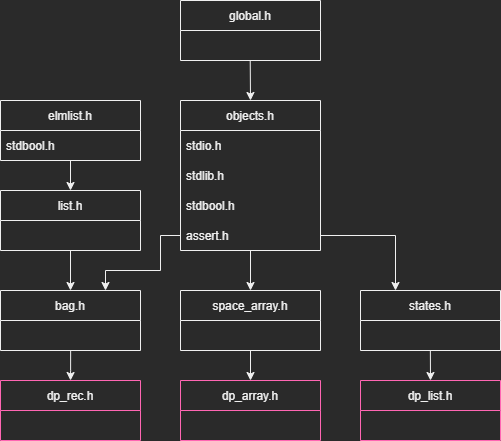
Before: image/Projet_ProgAv_Gestion_des_.h.drawio.png, a diagram exported from draw.io (Brice5423/L2_Projet_ProgAv-S3). Source tidied: cells renumbered, new cells last; positions are measured from the earlier drawing's top-left corner, leaving out a move shared by most shapes. Source of this version:
```xml
<mxGraphModel>
  <root>
    <mxCell id="0" />
    <mxCell id="1" parent="0" />
    <mxCell id="2" value="bag.h" style="swimlane;fontStyle=0;horizontal=1;startSize=30;strokeColor=#F0F0F0;" parent="1" vertex="1">
      <mxGeometry y="290" width="140" height="60" as="geometry" />
    </mxCell>
    <mxCell id="3" value="       " style="text;strokeColor=none;fillColor=none;align=left;verticalAlign=middle;spacingLeft=4;spacingRight=4;overflow=hidden;points=[[0,0.5],[1,0.5]];portConstraint=eastwest;" parent="2" vertex="1">
      <mxGeometry y="30" width="140" height="30" as="geometry" />
    </mxCell>
    <mxCell id="4" style="edgeStyle=orthogonalEdgeStyle;rounded=0;jettySize=auto;html=1;entryX=0.75;entryY=0;entryDx=0;entryDy=0;strokeColor=#F0F0F0;exitX=0;exitY=0.5;exitDx=0;exitDy=0;" parent="1" edge="1" source="9" target="2">
      <mxGeometry relative="1" as="geometry">
        <Array as="points">
          <mxPoint x="160" y="235" />
          <mxPoint x="160" y="270" />
          <mxPoint x="105" y="270" />
        </Array>
      </mxGeometry>
    </mxCell>
    <mxCell id="5" value="objects.h" style="swimlane;fontStyle=0;horizontal=1;startSize=30;" parent="1" vertex="1">
      <mxGeometry x="180" y="100" width="140" height="150" as="geometry" />
    </mxCell>
    <mxCell id="6" value="stdio.h" style="text;strokeColor=none;fillColor=none;align=left;verticalAlign=middle;spacingLeft=4;spacingRight=4;overflow=hidden;" parent="5" vertex="1">
      <mxGeometry y="30" width="140" height="30" as="geometry" />
    </mxCell>
    <mxCell id="7" value="stdlib.h" style="text;strokeColor=none;fillColor=none;align=left;verticalAlign=middle;spacingLeft=4;spacingRight=4;overflow=hidden;" parent="5" vertex="1">
      <mxGeometry y="60" width="140" height="30" as="geometry" />
    </mxCell>
    <mxCell id="8" value="stdbool.h" style="text;strokeColor=none;fillColor=none;align=left;verticalAlign=middle;spacingLeft=4;spacingRight=4;overflow=hidden;" parent="5" vertex="1">
      <mxGeometry y="90" width="140" height="30" as="geometry" />
    </mxCell>
    <mxCell id="9" value="assert.h" style="text;strokeColor=none;fillColor=none;align=left;verticalAlign=middle;spacingLeft=4;spacingRight=4;overflow=hidden;points=[[0,0.5],[1,0.5]];portConstraint=eastwest;" parent="5" vertex="1">
      <mxGeometry y="120" width="140" height="30" as="geometry" />
    </mxCell>
    <mxCell id="10" style="edgeStyle=orthogonalEdgeStyle;rounded=0;jettySize=auto;html=1;exitX=0.5;exitY=1;exitDx=0;exitDy=0;entryX=0.5;entryY=0;entryDx=0;entryDy=0;strokeColor=#F0F0F0;exitPerimeter=0;" parent="1" edge="1" source="12" target="2">
      <mxGeometry relative="1" as="geometry" />
    </mxCell>
    <mxCell id="11" value="list.h" style="swimlane;fontStyle=0;horizontal=1;startSize=30;strokeColor=#F0F0F0;" parent="1" vertex="1">
      <mxGeometry y="190" width="140" height="60" as="geometry" />
    </mxCell>
    <mxCell id="12" value="      " style="text;strokeColor=none;fillColor=none;align=left;verticalAlign=middle;spacingLeft=4;spacingRight=4;overflow=hidden;points=[[0,0.5],[1,0.5]];portConstraint=eastwest;" parent="11" vertex="1">
      <mxGeometry y="30" width="140" height="30" as="geometry" />
    </mxCell>
    <mxCell id="13" style="edgeStyle=orthogonalEdgeStyle;rounded=0;jettySize=auto;html=1;entryX=0.5;entryY=0;entryDx=0;entryDy=0;strokeColor=#F0F0F0;exitX=0.5;exitY=1;exitDx=0;exitDy=0;exitPerimeter=0;" parent="1" edge="1" source="15" target="11">
      <mxGeometry relative="1" as="geometry" />
    </mxCell>
    <mxCell id="14" value="elmlist.h" style="swimlane;fontStyle=0;horizontal=1;startSize=30;strokeColor=#F0F0F0;fillColor=#2A2A2A;" parent="1" vertex="1">
      <mxGeometry y="100" width="140" height="60" as="geometry" />
    </mxCell>
    <mxCell id="15" value="stdbool.h" style="text;strokeColor=none;fillColor=none;align=left;verticalAlign=middle;spacingLeft=4;spacingRight=4;overflow=hidden;points=[[0,0.5],[1,0.5]];portConstraint=eastwest;" parent="14" vertex="1">
      <mxGeometry y="30" width="140" height="30" as="geometry" />
    </mxCell>
    <mxCell id="16" value="global.h" style="swimlane;fontStyle=0;horizontal=1;startSize=30;strokeColor=#F0F0F0;fillColor=#2A2A2A;" parent="1" vertex="1">
      <mxGeometry x="180" width="140" height="60" as="geometry" />
    </mxCell>
    <mxCell id="17" value="   " style="text;strokeColor=none;fillColor=none;align=left;verticalAlign=middle;spacingLeft=4;spacingRight=4;overflow=hidden;points=[[0,0.5],[1,0.5]];portConstraint=eastwest;" parent="16" vertex="1">
      <mxGeometry y="30" width="140" height="30" as="geometry" />
    </mxCell>
    <mxCell id="18" value="dp_rec.h" style="swimlane;fontStyle=0;horizontal=1;startSize=30;strokeColor=#FF66B3;fillColor=#2A2A2A;" parent="1" vertex="1">
      <mxGeometry y="380" width="140" height="60" as="geometry" />
    </mxCell>
    <mxCell id="19" value="     " style="text;strokeColor=none;fillColor=none;align=left;verticalAlign=middle;spacingLeft=4;spacingRight=4;overflow=hidden;" parent="18" vertex="1">
      <mxGeometry y="30" width="140" height="30" as="geometry" />
    </mxCell>
    <mxCell id="20" style="edgeStyle=orthogonalEdgeStyle;rounded=0;jettySize=auto;html=1;entryX=0.5;entryY=0;entryDx=0;entryDy=0;strokeColor=#F0F0F0;exitX=0.501;exitY=1.004;exitDx=0;exitDy=0;exitPerimeter=0;" parent="1" edge="1" source="3" target="18">
      <mxGeometry relative="1" as="geometry">
        <Array as="points">
          <mxPoint x="70" y="370" />
        </Array>
      </mxGeometry>
    </mxCell>
    <mxCell id="21" value="dp_list.h" style="swimlane;fontStyle=0;horizontal=1;startSize=30;strokeColor=#FF66B3;fillColor=#2A2A2A;" parent="1" vertex="1">
      <mxGeometry x="360" y="380" width="140" height="60" as="geometry" />
    </mxCell>
    <mxCell id="22" value="    " style="text;strokeColor=none;fillColor=none;align=left;verticalAlign=middle;spacingLeft=4;spacingRight=4;overflow=hidden;" parent="21" vertex="1">
      <mxGeometry y="30" width="140" height="30" as="geometry" />
    </mxCell>
    <mxCell id="23" value="states.h" style="swimlane;fontStyle=0;horizontal=1;startSize=30;strokeColor=#F0F0F0;fillColor=#2A2A2A;" parent="1" vertex="1">
      <mxGeometry x="360" y="290" width="140" height="60" as="geometry" />
    </mxCell>
    <mxCell id="24" value="     " style="text;strokeColor=none;fillColor=none;align=left;verticalAlign=middle;spacingLeft=4;spacingRight=4;overflow=hidden;points=[[0,0.5],[1,0.5]];portConstraint=eastwest;" parent="23" vertex="1">
      <mxGeometry y="30" width="140" height="30" as="geometry" />
    </mxCell>
    <mxCell id="25" style="edgeStyle=orthogonalEdgeStyle;rounded=0;jettySize=auto;html=1;entryX=0.5;entryY=0;entryDx=0;entryDy=0;strokeColor=#F0F0F0;exitX=0.499;exitY=1;exitDx=0;exitDy=0;exitPerimeter=0;" parent="1" edge="1" source="24" target="21">
      <mxGeometry relative="1" as="geometry" />
    </mxCell>
    <mxCell id="26" style="edgeStyle=orthogonalEdgeStyle;rounded=0;jettySize=auto;html=1;exitX=1;exitY=0.5;exitDx=0;exitDy=0;entryX=0.25;entryY=0;entryDx=0;entryDy=0;strokeColor=#F0F0F0;" parent="1" edge="1" source="9" target="23">
      <mxGeometry relative="1" as="geometry" />
    </mxCell>
    <mxCell id="27" style="edgeStyle=orthogonalEdgeStyle;rounded=0;jettySize=auto;html=1;entryX=0.5;entryY=0;entryDx=0;entryDy=0;strokeColor=#F0F0F0;exitX=0.498;exitY=0.99;exitDx=0;exitDy=0;exitPerimeter=0;" parent="1" edge="1" source="17" target="5">
      <mxGeometry relative="1" as="geometry">
        <Array as="points">
          <mxPoint x="250" y="60" />
        </Array>
      </mxGeometry>
    </mxCell>
    <mxCell id="28" value="space_array.h" style="swimlane;fontStyle=0;horizontal=1;startSize=30;strokeColor=#F0F0F0;fillColor=#2A2A2A;" parent="1" vertex="1">
      <mxGeometry x="180" y="290" width="140" height="60" as="geometry" />
    </mxCell>
    <mxCell id="29" value="        " style="text;strokeColor=none;fillColor=none;align=left;verticalAlign=middle;spacingLeft=4;spacingRight=4;overflow=hidden;" parent="28" vertex="1">
      <mxGeometry y="30" width="140" height="30" as="geometry" />
    </mxCell>
    <mxCell id="30" style="edgeStyle=orthogonalEdgeStyle;rounded=0;jettySize=auto;html=1;entryX=0.5;entryY=0;entryDx=0;entryDy=0;strokeColor=#F0F0F0;exitX=0.5;exitY=0.997;exitDx=0;exitDy=0;exitPerimeter=0;" parent="1" edge="1" source="9" target="28">
      <mxGeometry relative="1" as="geometry" />
    </mxCell>
    <mxCell id="31" value="dp_array.h" style="swimlane;fontStyle=0;horizontal=1;startSize=30;strokeColor=#FF66B3;fillColor=#2A2A2A;" parent="1" vertex="1">
      <mxGeometry x="180" y="380" width="140" height="60" as="geometry" />
    </mxCell>
    <mxCell id="32" value="     " style="text;strokeColor=none;fillColor=none;align=left;verticalAlign=middle;spacingLeft=4;spacingRight=4;overflow=hidden;" parent="31" vertex="1">
      <mxGeometry y="30" width="140" height="30" as="geometry" />
    </mxCell>
    <mxCell id="33" style="edgeStyle=orthogonalEdgeStyle;rounded=0;jettySize=auto;html=1;entryX=0.5;entryY=0;entryDx=0;entryDy=0;strokeColor=#F0F0F0;exitX=0.5;exitY=1;exitDx=0;exitDy=0;" parent="1" edge="1" source="28" target="31">
      <mxGeometry relative="1" as="geometry" />
    </mxCell>
  </root>
</mxGraphModel>
```
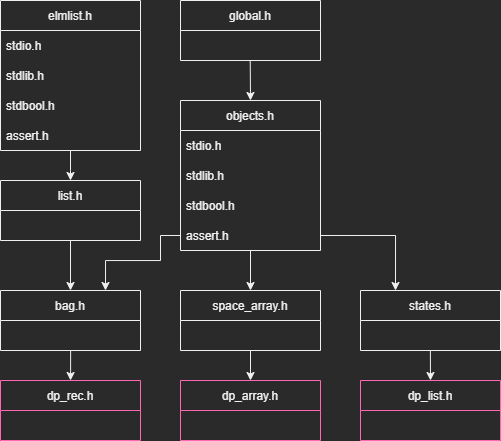
The same diagram one commit later.

Diff of the diagram source:
```diff
@@ -12,8 +12,8 @@
       <mxGeometry relative="1" as="geometry">
         <Array as="points">
           <mxPoint x="160" y="235" />
-          <mxPoint x="160" y="270" />
-          <mxPoint x="105" y="270" />
+          <mxPoint x="160" y="260" />
+          <mxPoint x="105" y="260" />
         </Array>
       </mxGeometry>
     </mxCell>
@@ -36,20 +36,35 @@
       <mxGeometry relative="1" as="geometry" />
     </mxCell>
     <mxCell id="11" value="list.h" style="swimlane;fontStyle=0;horizontal=1;startSize=30;strokeColor=#F0F0F0;" parent="1" vertex="1">
-      <mxGeometry y="190" width="140" height="60" as="geometry" />
+      <mxGeometry y="180" width="140" height="60" as="geometry" />
     </mxCell>
     <mxCell id="12" value="      " style="text;strokeColor=none;fillColor=none;align=left;verticalAlign=middle;spacingLeft=4;spacingRight=4;overflow=hidden;points=[[0,0.5],[1,0.5]];portConstraint=eastwest;" parent="11" vertex="1">
       <mxGeometry y="30" width="140" height="30" as="geometry" />
     </mxCell>
-    <mxCell id="13" style="edgeStyle=orthogonalEdgeStyle;rounded=0;jettySize=auto;html=1;entryX=0.5;entryY=0;entryDx=0;entryDy=0;strokeColor=#F0F0F0;exitX=0.5;exitY=1;exitDx=0;exitDy=0;exitPerimeter=0;" parent="1" edge="1" source="15" target="11">
-      <mxGeometry relative="1" as="geometry" />
+    <mxCell id="13" style="edgeStyle=orthogonalEdgeStyle;rounded=0;jettySize=auto;html=1;entryX=0.5;entryY=0;entryDx=0;entryDy=0;strokeColor=#F0F0F0;" parent="1" edge="1" target="11">
+      <mxGeometry relative="1" as="geometry">
+        <mxPoint x="70" y="150" as="sourcePoint" />
+        <Array as="points">
+          <mxPoint x="70" y="170" />
+          <mxPoint x="70" y="170" />
+        </Array>
+      </mxGeometry>
     </mxCell>
     <mxCell id="14" value="elmlist.h" style="swimlane;fontStyle=0;horizontal=1;startSize=30;strokeColor=#F0F0F0;fillColor=#2A2A2A;" parent="1" vertex="1">
-      <mxGeometry y="100" width="140" height="60" as="geometry" />
+      <mxGeometry width="140" height="150" as="geometry" />
     </mxCell>
+    <mxCell id="34" value="stdio.h" style="text;strokeColor=none;fillColor=none;align=left;verticalAlign=middle;spacingLeft=4;spacingRight=4;overflow=hidden;" parent="14" vertex="1">
+      <mxGeometry y="30" width="140" height="30" as="geometry" />
+    </mxCell>
+    <mxCell id="35" value="stdlib.h" style="text;strokeColor=none;fillColor=none;align=left;verticalAlign=middle;spacingLeft=4;spacingRight=4;overflow=hidden;" parent="14" vertex="1">
+      <mxGeometry y="60" width="140" height="30" as="geometry" />
+    </mxCell>
     <mxCell id="15" value="stdbool.h" style="text;strokeColor=none;fillColor=none;align=left;verticalAlign=middle;spacingLeft=4;spacingRight=4;overflow=hidden;points=[[0,0.5],[1,0.5]];portConstraint=eastwest;" parent="14" vertex="1">
-      <mxGeometry y="30" width="140" height="30" as="geometry" />
+      <mxGeometry y="90" width="140" height="30" as="geometry" />
     </mxCell>
+    <mxCell id="36" value="assert.h" style="text;strokeColor=none;fillColor=none;align=left;verticalAlign=middle;spacingLeft=4;spacingRight=4;overflow=hidden;" parent="14" vertex="1">
+      <mxGeometry y="120" width="140" height="30" as="geometry" />
+    </mxCell>
     <mxCell id="16" value="global.h" style="swimlane;fontStyle=0;horizontal=1;startSize=30;strokeColor=#F0F0F0;fillColor=#2A2A2A;" parent="1" vertex="1">
       <mxGeometry x="180" width="140" height="60" as="geometry" />
     </mxCell>
```
